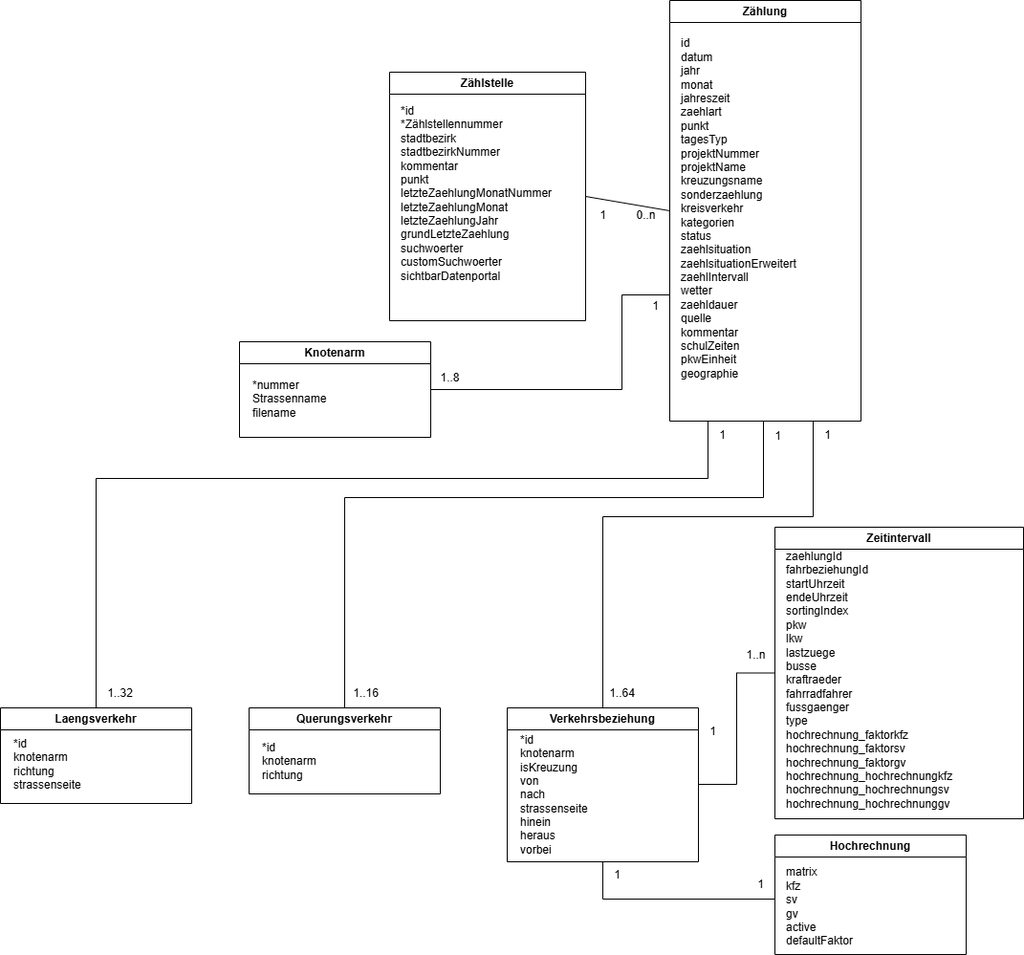
Before: docs/src/img/DAVe_Datenmodell_Zaehlstelle.drawio.png, a diagram exported from draw.io (it-at-m/dave). Source tidied: cells renumbered, new cells last; positions are measured from the earlier drawing's top-left corner, leaving out a move shared by most shapes.
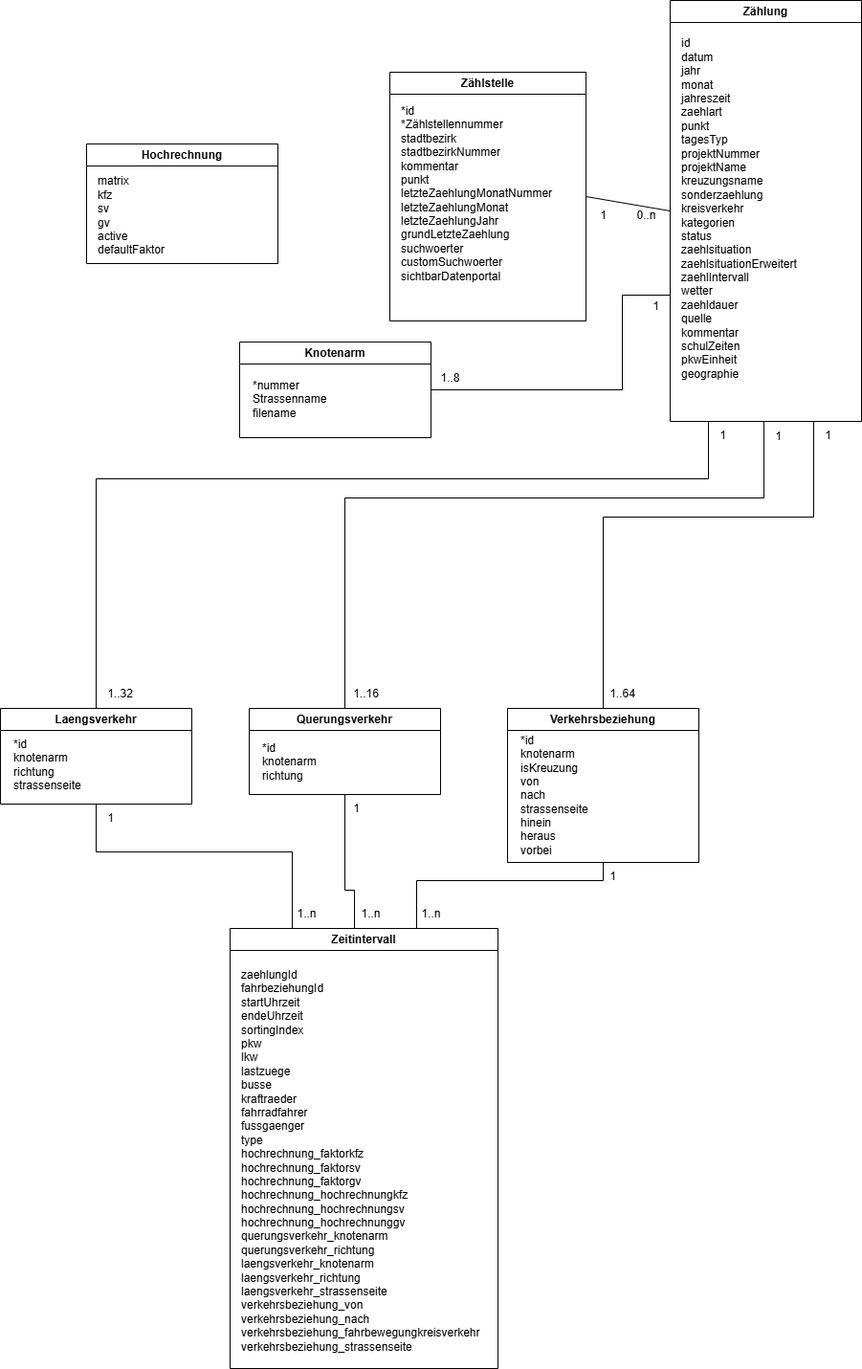
After the commit.

Commit message:
adapt laufzeitdiagramm und datenmodell

What changed in the source:
```diff
@@ -40,28 +40,19 @@
       <mxGeometry x="12" y="30" width="100" height="60" as="geometry" />
     </mxCell>
     <mxCell id="12" value="Zeitintervall" style="swimlane;whiteSpace=wrap;html=1;" parent="1" vertex="1">
-      <mxGeometry x="810" y="551" width="260" height="305" as="geometry" />
+      <mxGeometry x="240" y="970" width="280" height="460" as="geometry" />
     </mxCell>
-    <mxCell id="13" value="zaehlungId&lt;div&gt;fahrbeziehungId&lt;/div&gt;&lt;div&gt;startUhrzeit&lt;/div&gt;&lt;div&gt;endeUhrzeit&lt;/div&gt;&lt;div&gt;sortingIndex&lt;/div&gt;&lt;div&gt;pkw&lt;/div&gt;&lt;div&gt;lkw&lt;/div&gt;&lt;div&gt;lastzuege&lt;/div&gt;&lt;div&gt;busse&lt;/div&gt;&lt;div&gt;kraftraeder&lt;/div&gt;&lt;div&gt;fahrradfahrer&lt;/div&gt;&lt;div&gt;fussgaenger&lt;/div&gt;&lt;div&gt;type&lt;/div&gt;&lt;div&gt;hochrechnung_faktorkfz&lt;/div&gt;&lt;div&gt;hochrechnung_faktorsv&lt;/div&gt;&lt;div&gt;hochrechnung_faktorgv&lt;/div&gt;&lt;div&gt;hochrechnung_hochrechnungkfz&lt;/div&gt;&lt;div&gt;hochrechnung_hochrechnungsv&lt;/div&gt;&lt;div&gt;hochrechnung_hochrechnunggv&lt;/div&gt;" style="text;html=1;align=left;verticalAlign=middle;strokeColor=none;fillColor=none;" parent="12" vertex="1">
-      <mxGeometry x="10" y="15" width="200" height="290" as="geometry" />
+    <mxCell id="13" value="zaehlungId&lt;div&gt;fahrbeziehungId&lt;/div&gt;&lt;div&gt;startUhrzeit&lt;/div&gt;&lt;div&gt;endeUhrzeit&lt;/div&gt;&lt;div&gt;sortingIndex&lt;/div&gt;&lt;div&gt;pkw&lt;/div&gt;&lt;div&gt;lkw&lt;/div&gt;&lt;div&gt;lastzuege&lt;/div&gt;&lt;div&gt;busse&lt;/div&gt;&lt;div&gt;kraftraeder&lt;/div&gt;&lt;div&gt;fahrradfahrer&lt;/div&gt;&lt;div&gt;fussgaenger&lt;/div&gt;&lt;div&gt;type&lt;/div&gt;&lt;div&gt;hochrechnung_faktorkfz&lt;/div&gt;&lt;div&gt;hochrechnung_faktorsv&lt;/div&gt;&lt;div&gt;hochrechnung_faktorgv&lt;/div&gt;&lt;div&gt;hochrechnung_hochrechnungkfz&lt;/div&gt;&lt;div&gt;hochrechnung_hochrechnungsv&lt;/div&gt;&lt;div&gt;hochrechnung_hochrechnunggv&lt;br&gt;querungsverkehr_knotenarm&lt;/div&gt;&lt;div&gt;querungsverkehr_richtung&lt;/div&gt;&lt;div&gt;laengsverkehr_knotenarm&lt;/div&gt;&lt;div&gt;laengsverkehr_richtung&lt;/div&gt;&lt;div&gt;laengsverkehr_strassenseite&lt;/div&gt;&lt;div&gt;verkehrsbeziehung_von&lt;/div&gt;&lt;div&gt;verkehrsbeziehung_nach&lt;/div&gt;&lt;div&gt;verkehrsbeziehung_fahrbewegungkreisverkehr&lt;/div&gt;&lt;div&gt;verkehrsbeziehung_strassenseite&lt;/div&gt;" style="text;html=1;align=left;verticalAlign=middle;strokeColor=none;fillColor=none;" parent="12" vertex="1">
+      <mxGeometry x="10" y="33" width="270" height="420" as="geometry" />
     </mxCell>
-    <mxCell id="14" style="edgeStyle=orthogonalEdgeStyle;rounded=0;jettySize=auto;html=1;entryX=0;entryY=0.5;entryDx=0;entryDy=0;endArrow=none;endFill=0;" parent="1" edge="1" target="12">
+    <mxCell id="14" style="edgeStyle=orthogonalEdgeStyle;rounded=0;jettySize=auto;html=1;entryX=0.75;entryY=0;entryDx=0;entryDy=0;endArrow=none;endFill=0;exitX=0.5;exitY=1;exitDx=0;exitDy=0;" parent="1" edge="1" source="16" target="12">
       <mxGeometry relative="1" as="geometry">
-        <mxPoint x="730" y="820" as="sourcePoint" />
         <Array as="points">
-          <mxPoint x="770" y="820" />
-          <mxPoint x="770" y="704" />
+          <mxPoint x="630" y="920" />
+          <mxPoint x="435" y="920" />
         </Array>
       </mxGeometry>
     </mxCell>
-    <mxCell id="15" style="edgeStyle=orthogonalEdgeStyle;rounded=0;jettySize=auto;html=1;endArrow=none;endFill=0;" parent="1" edge="1" source="16">
-      <mxGeometry relative="1" as="geometry">
-        <mxPoint x="810" y="920" as="targetPoint" />
-        <Array as="points">
-          <mxPoint x="810" y="940" />
-        </Array>
-      </mxGeometry>
-    </mxCell>
     <mxCell id="16" value="Verkehrsbeziehung" style="swimlane;whiteSpace=wrap;html=1;startSize=23;" parent="1" vertex="1">
       <mxGeometry x="530" y="740" width="200" height="161" as="geometry" />
     </mxCell>
@@ -69,7 +60,7 @@
       <mxGeometry x="12" y="21" width="90" height="140" as="geometry" />
     </mxCell>
     <mxCell id="18" value="&lt;span style=&quot;background-color: transparent;&quot;&gt;Hochrechnung&lt;/span&gt;" style="swimlane;whiteSpace=wrap;html=1;" parent="1" vertex="1">
-      <mxGeometry x="810" y="873" width="200" height="125" as="geometry" />
+      <mxGeometry x="90" y="150" width="200" height="125" as="geometry" />
     </mxCell>
     <mxCell id="19" value="matrix&lt;div&gt;kfz&lt;/div&gt;&lt;div&gt;sv&lt;/div&gt;&lt;div&gt;gv&lt;/div&gt;&lt;div&gt;active&lt;/div&gt;&lt;div&gt;defaultFaktor&lt;/div&gt;" style="text;html=1;align=left;verticalAlign=middle;strokeColor=none;fillColor=none;" parent="18" vertex="1">
       <mxGeometry x="10" y="25" width="90" height="100" as="geometry" />
@@ -84,17 +75,11 @@
       <mxGeometry x="850" y="440" width="30" height="30" as="geometry" />
     </mxCell>
     <mxCell id="23" value="1" style="text;html=1;align=center;verticalAlign=middle;strokeColor=none;fillColor=none;" parent="1" vertex="1">
-      <mxGeometry x="730" y="750" width="30" height="30" as="geometry" />
+      <mxGeometry x="625" y="901" width="30" height="30" as="geometry" />
     </mxCell>
     <mxCell id="24" value="1..n" style="text;html=1;align=center;verticalAlign=middle;strokeColor=none;fillColor=none;" parent="1" vertex="1">
-      <mxGeometry x="770" y="670" width="40" height="30" as="geometry" />
+      <mxGeometry x="430" y="940" width="40" height="30" as="geometry" />
     </mxCell>
-    <mxCell id="25" value="1" style="text;html=1;align=center;verticalAlign=middle;strokeColor=none;fillColor=none;" parent="1" vertex="1">
-      <mxGeometry x="630" y="900" width="30" height="30" as="geometry" />
-    </mxCell>
-    <mxCell id="26" value="1" style="text;html=1;align=center;verticalAlign=middle;strokeColor=none;fillColor=none;" parent="1" vertex="1">
-      <mxGeometry x="780" y="910" width="30" height="30" as="geometry" />
-    </mxCell>
     <mxCell id="27" value="1" style="text;html=1;align=center;verticalAlign=middle;strokeColor=none;fillColor=none;" parent="1" vertex="1">
       <mxGeometry x="615" y="210" width="30" height="30" as="geometry" />
     </mxCell>
@@ -151,5 +136,33 @@
     <mxCell id="39" value="1..32" style="text;html=1;align=center;verticalAlign=middle;strokeColor=none;fillColor=none;" parent="1" vertex="1">
       <mxGeometry x="100" y="710" width="50" height="30" as="geometry" />
     </mxCell>
+    <mxCell id="40" style="edgeStyle=orthogonalEdgeStyle;rounded=0;jettySize=auto;html=1;entryX=0.5;entryY=0;entryDx=0;entryDy=0;endArrow=none;endFill=0;exitX=0.5;exitY=1;exitDx=0;exitDy=0;" parent="1" edge="1" source="29" target="12">
+      <mxGeometry relative="1" as="geometry">
+        <Array as="points">
+          <mxPoint x="360" y="930" />
+          <mxPoint x="370" y="930" />
+        </Array>
+      </mxGeometry>
+    </mxCell>
+    <mxCell id="41" value="1..n" style="text;html=1;align=center;verticalAlign=middle;strokeColor=none;fillColor=none;" parent="1" vertex="1">
+      <mxGeometry x="367" y="940" width="40" height="30" as="geometry" />
+    </mxCell>
+    <mxCell id="42" value="1" style="text;html=1;align=center;verticalAlign=middle;strokeColor=none;fillColor=none;" parent="1" vertex="1">
+      <mxGeometry x="357" y="830" width="30" height="30" as="geometry" />
+    </mxCell>
+    <mxCell id="43" style="edgeStyle=orthogonalEdgeStyle;rounded=0;jettySize=auto;html=1;entryX=0.25;entryY=0;entryDx=0;entryDy=0;endArrow=none;endFill=0;exitX=0.5;exitY=1;exitDx=0;exitDy=0;" parent="1" edge="1" source="31" target="12">
+      <mxGeometry relative="1" as="geometry">
+        <Array as="points">
+          <mxPoint x="100" y="890" />
+          <mxPoint x="305" y="890" />
+        </Array>
+      </mxGeometry>
+    </mxCell>
+    <mxCell id="44" value="1" style="text;html=1;align=center;verticalAlign=middle;strokeColor=none;fillColor=none;" parent="1" vertex="1">
+      <mxGeometry x="100" y="840" width="30" height="30" as="geometry" />
+    </mxCell>
+    <mxCell id="45" value="1..n" style="text;html=1;align=center;verticalAlign=middle;strokeColor=none;fillColor=none;" parent="1" vertex="1">
+      <mxGeometry x="300" y="940" width="40" height="30" as="geometry" />
+    </mxCell>
   </root>
 </mxGraphModel>
```
